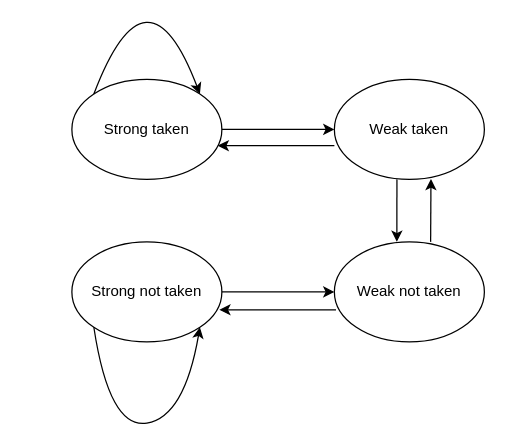
Above: page "FSM of BPU" (4 of 4) of Pipeline.drawio in NTUEE-DSD-G1/Pipelined-RISCV (draw.io), before the change. Source tidied: cells renumbered, new cells numbered last; positions are measured from the earlier drawing's top-left corner, leaving out a move shared by most shapes. Both pictures are drawn from the tidied source at 125%, with x=0, y=0 at pixel (71, -46).
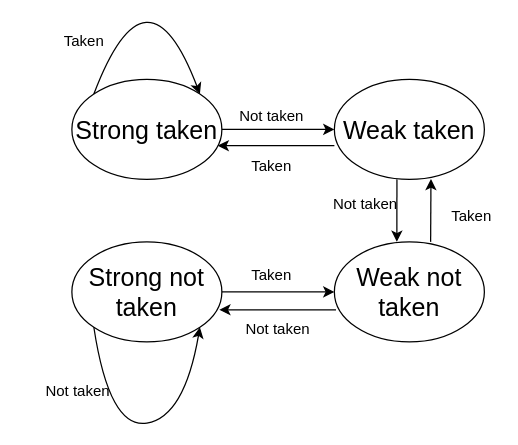
Above is the later version.

Change to the diagram source:
```diff
@@
-    <mxCell id="2" value="Strong taken" style="ellipse;whiteSpace=wrap;html=1;" parent="1" vertex="1">
+    <mxCell id="2" value="&lt;font style=&quot;font-size: 20px&quot;&gt;Strong taken&lt;/font&gt;" style="ellipse;whiteSpace=wrap;html=1;" parent="1" vertex="1">
       <mxGeometry y="100" width="120" height="80" as="geometry" />
     </mxCell>
-    <mxCell id="3" value="Weak taken" style="ellipse;whiteSpace=wrap;html=1;" parent="1" vertex="1">
+    <mxCell id="3" value="&lt;font style=&quot;font-size: 20px&quot;&gt;Weak taken&lt;/font&gt;" style="ellipse;whiteSpace=wrap;html=1;" parent="1" vertex="1">
       <mxGeometry x="210" y="100" width="120" height="80" as="geometry" />
     </mxCell>
-    <mxCell id="4" value="Weak not taken" style="ellipse;whiteSpace=wrap;html=1;" parent="1" vertex="1">
+    <mxCell id="4" value="&lt;font style=&quot;font-size: 20px&quot;&gt;Weak not taken&lt;/font&gt;" style="ellipse;whiteSpace=wrap;html=1;" parent="1" vertex="1">
       <mxGeometry x="210" y="230" width="120" height="80" as="geometry" />
     </mxCell>
-    <mxCell id="5" value="Strong not taken" style="ellipse;whiteSpace=wrap;html=1;" parent="1" vertex="1">
+    <mxCell id="5" value="&lt;font style=&quot;font-size: 20px&quot;&gt;Strong not taken&lt;/font&gt;" style="ellipse;whiteSpace=wrap;html=1;" parent="1" vertex="1">
       <mxGeometry y="230" width="120" height="80" as="geometry" />
     </mxCell>
@@
+    <mxCell id="14" value="Taken" style="text;html=1;strokeColor=none;fillColor=none;align=center;verticalAlign=middle;whiteSpace=wrap;rounded=0;" parent="1" vertex="1">
+      <mxGeometry x="-10" y="60" width="40" height="20" as="geometry" />
+    </mxCell>
+    <mxCell id="15" value="Not taken" style="text;html=1;strokeColor=none;fillColor=none;align=center;verticalAlign=middle;whiteSpace=wrap;rounded=0;" parent="1" vertex="1">
+      <mxGeometry x="-40" y="340" width="90" height="20" as="geometry" />
+    </mxCell>
+    <mxCell id="16" value="Taken" style="text;html=1;strokeColor=none;fillColor=none;align=center;verticalAlign=middle;whiteSpace=wrap;rounded=0;" parent="1" vertex="1">
+      <mxGeometry x="140" y="160" width="40" height="20" as="geometry" />
+    </mxCell>
+    <mxCell id="17" value="Taken" style="text;html=1;strokeColor=none;fillColor=none;align=center;verticalAlign=middle;whiteSpace=wrap;rounded=0;" parent="1" vertex="1">
+      <mxGeometry x="140" y="247" width="40" height="20" as="geometry" />
+    </mxCell>
+    <mxCell id="18" value="Taken" style="text;html=1;strokeColor=none;fillColor=none;align=center;verticalAlign=middle;whiteSpace=wrap;rounded=0;" parent="1" vertex="1">
+      <mxGeometry x="300" y="200" width="40" height="20" as="geometry" />
+    </mxCell>
+    <mxCell id="19" value="Not taken" style="text;html=1;strokeColor=none;fillColor=none;align=center;verticalAlign=middle;whiteSpace=wrap;rounded=0;" parent="1" vertex="1">
+      <mxGeometry x="120" y="290" width="90" height="20" as="geometry" />
+    </mxCell>
+    <mxCell id="20" value="Not taken" style="text;html=1;strokeColor=none;fillColor=none;align=center;verticalAlign=middle;whiteSpace=wrap;rounded=0;" parent="1" vertex="1">
+      <mxGeometry x="190" y="190" width="90" height="20" as="geometry" />
+    </mxCell>
+    <mxCell id="21" value="Not taken" style="text;html=1;strokeColor=none;fillColor=none;align=center;verticalAlign=middle;whiteSpace=wrap;rounded=0;" parent="1" vertex="1">
+      <mxGeometry x="115" y="120" width="90" height="20" as="geometry" />
+    </mxCell>
```
